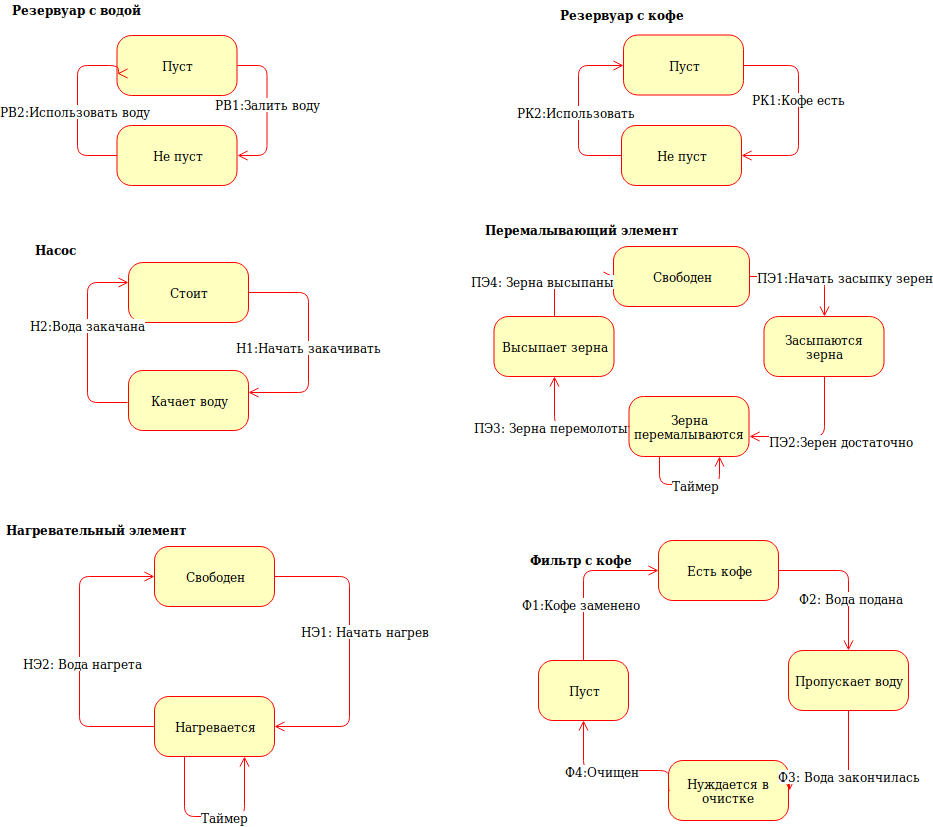
This is oop/oop5/state.png from ansushina/sem4, a draw.io export, as it was before one commit. Source tidied: cells renumbered, new cells last; positions are measured from the earlier drawing's top-left corner, leaving out a move shared by most shapes.
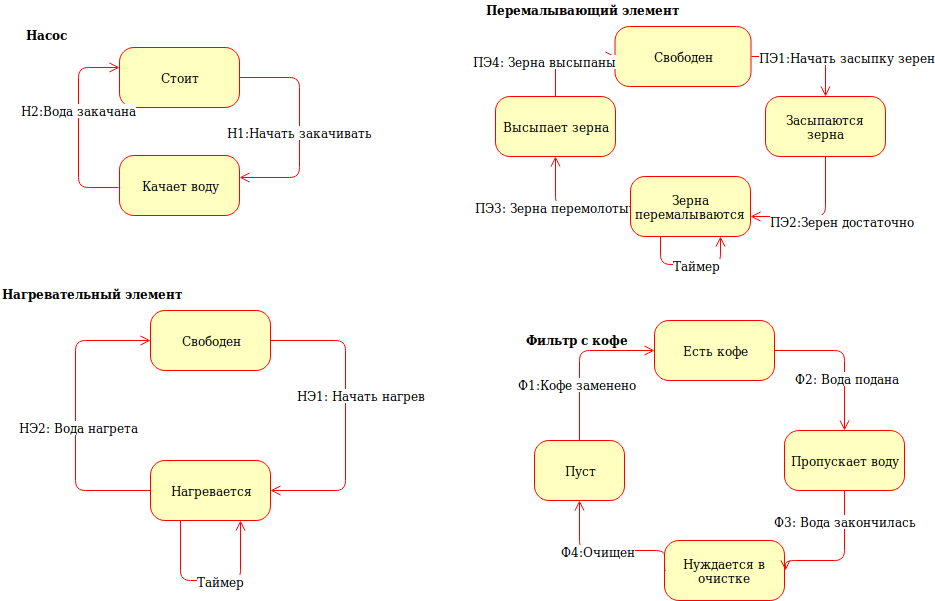
After the commit.

The edit, as a diff of the source:
```diff
@@ -2,68 +2,36 @@
   <root>
     <mxCell id="0" />
     <mxCell id="1" parent="0" />
-    <mxCell id="2" value="Пуст" style="rounded=1;whiteSpace=wrap;html=1;arcSize=24;fillColor=#ffffc0;strokeColor=#ff0000;shadow=0;comic=0;labelBackgroundColor=none;fontFamily=Verdana;fontSize=12;fontColor=#000000;align=center;" parent="1" vertex="1">
-      <mxGeometry x="112.5" y="35" width="120" height="60" as="geometry" />
-    </mxCell>
-    <mxCell id="3" style="edgeStyle=orthogonalEdgeStyle;html=1;exitX=0;exitY=0.5;entryX=0.008;entryY=0.633;labelBackgroundColor=none;endArrow=open;endSize=8;strokeColor=#ff0000;fontFamily=Verdana;fontSize=12;align=left;entryDx=0;entryDy=0;entryPerimeter=0;exitDx=0;exitDy=0;" parent="1" edge="1" source="7" target="2">
-      <mxGeometry relative="1" as="geometry">
-        <Array as="points">
-          <mxPoint x="72.5" y="155" />
-          <mxPoint x="72.5" y="65" />
-          <mxPoint x="113.5" y="65" />
-        </Array>
-      </mxGeometry>
-    </mxCell>
-    <mxCell id="4" value="РВ2:Использовать воду" style="text;html=1;align=center;verticalAlign=middle;labelBackgroundColor=#ffffff;" parent="3" vertex="1">
-      <mxGeometry x="-0.19" y="-2" relative="1" as="geometry">
-        <mxPoint x="-4.5" y="-12" as="offset" />
-      </mxGeometry>
-    </mxCell>
-    <mxCell id="5" style="edgeStyle=elbowEdgeStyle;html=1;labelBackgroundColor=none;endArrow=open;endSize=8;strokeColor=#ff0000;fontFamily=Verdana;fontSize=12;align=left;exitX=1;exitY=0.5;exitDx=0;exitDy=0;entryX=1;entryY=0.5;entryDx=0;entryDy=0;" parent="1" edge="1" source="2" target="7">
-      <mxGeometry relative="1" as="geometry">
-        <Array as="points">
-          <mxPoint x="262.5" y="125" />
-        </Array>
-      </mxGeometry>
-    </mxCell>
-    <mxCell id="6" value="РВ1:Залить воду" style="text;html=1;align=center;verticalAlign=middle;labelBackgroundColor=#ffffff;" parent="5" vertex="1">
-      <mxGeometry x="-0.23" relative="1" as="geometry">
-        <mxPoint y="11" as="offset" />
-      </mxGeometry>
-    </mxCell>
-    <mxCell id="7" value="Не пуст" style="rounded=1;whiteSpace=wrap;html=1;arcSize=24;fillColor=#ffffc0;strokeColor=#ff0000;shadow=0;comic=0;labelBackgroundColor=none;fontFamily=Verdana;fontSize=12;fontColor=#000000;align=center;" parent="1" vertex="1">
-      <mxGeometry x="112.5" y="125" width="120" height="60" as="geometry" />
-    </mxCell>
     <mxCell id="8" value="Стоит" style="rounded=1;whiteSpace=wrap;html=1;arcSize=24;fillColor=#ffffc0;strokeColor=#ff0000;shadow=0;comic=0;labelBackgroundColor=none;fontFamily=Verdana;fontSize=12;fontColor=#000000;align=center;" parent="1" vertex="1">
-      <mxGeometry x="124" y="262" width="120" height="60" as="geometry" />
+      <mxGeometry x="119" y="37" width="120" height="60" as="geometry" />
     </mxCell>
     <mxCell id="9" value="Качает воду" style="rounded=1;whiteSpace=wrap;html=1;arcSize=24;fillColor=#ffffc0;strokeColor=#ff0000;shadow=0;comic=0;labelBackgroundColor=none;fontFamily=Verdana;fontSize=12;fontColor=#000000;align=center;" parent="1" vertex="1">
-      <mxGeometry x="124" y="370" width="120" height="60" as="geometry" />
+      <mxGeometry x="119" y="145" width="120" height="60" as="geometry" />
     </mxCell>
     <mxCell id="10" value="Свободен" style="rounded=1;whiteSpace=wrap;html=1;arcSize=24;fillColor=#ffffc0;strokeColor=#ff0000;shadow=0;comic=0;labelBackgroundColor=none;fontFamily=Verdana;fontSize=12;fontColor=#000000;align=center;" parent="1" vertex="1">
-      <mxGeometry x="150" y="546" width="120" height="60" as="geometry" />
+      <mxGeometry x="150" y="300" width="120" height="60" as="geometry" />
     </mxCell>
     <mxCell id="11" value="Нагревается" style="rounded=1;whiteSpace=wrap;html=1;arcSize=24;fillColor=#ffffc0;strokeColor=#ff0000;shadow=0;comic=0;labelBackgroundColor=none;fontFamily=Verdana;fontSize=12;fontColor=#000000;align=center;" parent="1" vertex="1">
-      <mxGeometry x="150" y="696" width="120" height="60" as="geometry" />
+      <mxGeometry x="150" y="450" width="120" height="60" as="geometry" />
     </mxCell>
     <mxCell id="12" value="Есть кофе" style="rounded=1;whiteSpace=wrap;html=1;arcSize=24;fillColor=#ffffc0;strokeColor=#ff0000;shadow=0;comic=0;labelBackgroundColor=none;fontFamily=Verdana;fontSize=12;fontColor=#000000;align=center;" parent="1" vertex="1">
-      <mxGeometry x="654" y="540" width="120" height="60" as="geometry" />
+      <mxGeometry x="654" y="310" width="120" height="60" as="geometry" />
     </mxCell>
     <mxCell id="13" value="Пуст" style="rounded=1;whiteSpace=wrap;html=1;arcSize=24;fillColor=#ffffc0;strokeColor=#ff0000;shadow=0;comic=0;labelBackgroundColor=none;fontFamily=Verdana;fontSize=12;fontColor=#000000;align=center;" parent="1" vertex="1">
-      <mxGeometry x="534" y="660" width="90" height="60" as="geometry" />
+      <mxGeometry x="534" y="430" width="90" height="60" as="geometry" />
     </mxCell>
     <mxCell id="14" value="Нуждается в очистке" style="rounded=1;whiteSpace=wrap;html=1;arcSize=24;fillColor=#ffffc0;strokeColor=#ff0000;shadow=0;comic=0;labelBackgroundColor=none;fontFamily=Verdana;fontSize=12;fontColor=#000000;align=center;" parent="1" vertex="1">
-      <mxGeometry x="664" y="760" width="120" height="60" as="geometry" />
+      <mxGeometry x="664" y="530" width="120" height="60" as="geometry" />
     </mxCell>
     <mxCell id="15" value="Пропускает воду" style="rounded=1;whiteSpace=wrap;html=1;arcSize=24;fillColor=#ffffc0;strokeColor=#ff0000;shadow=0;comic=0;labelBackgroundColor=none;fontFamily=Verdana;fontSize=12;fontColor=#000000;align=center;" parent="1" vertex="1">
-      <mxGeometry x="784" y="650" width="120" height="60" as="geometry" />
+      <mxGeometry x="784" y="420" width="120" height="60" as="geometry" />
     </mxCell>
     <mxCell id="16" style="edgeStyle=orthogonalEdgeStyle;html=1;exitX=0;exitY=0.5;labelBackgroundColor=none;endArrow=open;endSize=8;strokeColor=#ff0000;fontFamily=Verdana;fontSize=12;align=left;exitDx=0;exitDy=0;" parent="1" edge="1" target="8">
       <mxGeometry relative="1" as="geometry">
-        <mxPoint x="123" y="402" as="sourcePoint" />
+        <mxPoint x="118" y="177" as="sourcePoint" />
         <Array as="points">
-          <mxPoint x="83" y="402" />
-          <mxPoint x="83" y="282" />
+          <mxPoint x="78" y="177" />
+          <mxPoint x="78" y="57" />
         </Array>
       </mxGeometry>
     </mxCell>
@@ -72,10 +40,10 @@
     </mxCell>
     <mxCell id="18" style="edgeStyle=orthogonalEdgeStyle;html=1;exitX=1;exitY=0.5;entryX=1;entryY=0.5;labelBackgroundColor=none;endArrow=open;endSize=8;strokeColor=#ff0000;fontFamily=Verdana;fontSize=12;align=left;entryDx=0;entryDy=0;exitDx=0;exitDy=0;" parent="1" edge="1" source="8">
       <mxGeometry relative="1" as="geometry">
-        <mxPoint x="244" y="392" as="targetPoint" />
+        <mxPoint x="239" y="167" as="targetPoint" />
         <Array as="points">
-          <mxPoint x="304" y="292" />
-          <mxPoint x="304" y="392" />
+          <mxPoint x="299" y="67" />
+          <mxPoint x="299" y="167" />
         </Array>
       </mxGeometry>
     </mxCell>
@@ -87,8 +55,8 @@
     <mxCell id="20" style="edgeStyle=orthogonalEdgeStyle;html=1;exitX=1;exitY=0.5;labelBackgroundColor=none;endArrow=open;endSize=8;strokeColor=#ff0000;fontFamily=Verdana;fontSize=12;align=left;exitDx=0;exitDy=0;entryX=1;entryY=0.5;entryDx=0;entryDy=0;" parent="1" edge="1" source="10" target="11">
       <mxGeometry relative="1" as="geometry">
         <Array as="points">
-          <mxPoint x="345" y="576" />
-          <mxPoint x="345" y="726" />
+          <mxPoint x="345" y="330" />
+          <mxPoint x="345" y="480" />
         </Array>
       </mxGeometry>
     </mxCell>
@@ -100,8 +68,8 @@
     <mxCell id="22" style="edgeStyle=orthogonalEdgeStyle;html=1;exitX=0;exitY=0.5;labelBackgroundColor=none;endArrow=open;endSize=8;strokeColor=#ff0000;fontFamily=Verdana;fontSize=12;align=left;exitDx=0;exitDy=0;entryX=0;entryY=0.5;entryDx=0;entryDy=0;" parent="1" edge="1" source="11" target="10">
       <mxGeometry relative="1" as="geometry">
         <Array as="points">
-          <mxPoint x="75" y="726" />
-          <mxPoint x="75" y="576" />
+          <mxPoint x="75" y="480" />
+          <mxPoint x="75" y="330" />
         </Array>
       </mxGeometry>
     </mxCell>
@@ -109,18 +77,15 @@
       <mxGeometry x="-0.07" y="-3" relative="1" as="geometry" />
     </mxCell>
     <mxCell id="24" value="Нагревательный элемент" style="text;html=1;align=left;verticalAlign=top;spacingTop=-4;fontStyle=1;" parent="1" vertex="1">
-      <mxGeometry y="520" width="180" height="20" as="geometry" />
+      <mxGeometry y="274" width="180" height="20" as="geometry" />
     </mxCell>
-    <mxCell id="25" value="Резервуар с водой" style="text;html=1;align=left;verticalAlign=top;spacingTop=-4;rounded=0;glass=0;shadow=0;fontStyle=1;" parent="1" vertex="1">
-      <mxGeometry x="5.5" width="130" height="20" as="geometry" />
-    </mxCell>
     <mxCell id="26" value="Насос" style="text;html=1;align=left;verticalAlign=top;spacingTop=-4;fontStyle=1;" parent="1" vertex="1">
-      <mxGeometry x="29" y="240" width="50" height="20" as="geometry" />
+      <mxGeometry x="24" y="15" width="50" height="20" as="geometry" />
     </mxCell>
     <mxCell id="27" style="edgeStyle=orthogonalEdgeStyle;html=1;exitX=0.5;exitY=0;labelBackgroundColor=none;endArrow=open;endSize=8;strokeColor=#ff0000;fontFamily=Verdana;fontSize=12;align=left;exitDx=0;exitDy=0;entryX=0;entryY=0.5;entryDx=0;entryDy=0;" parent="1" edge="1" source="13" target="12">
       <mxGeometry relative="1" as="geometry">
         <Array as="points">
-          <mxPoint x="579" y="570" />
+          <mxPoint x="579" y="340" />
         </Array>
       </mxGeometry>
     </mxCell>
@@ -130,7 +95,7 @@
     <mxCell id="29" style="edgeStyle=orthogonalEdgeStyle;html=1;exitX=1;exitY=0.5;labelBackgroundColor=none;endArrow=open;endSize=8;strokeColor=#ff0000;fontFamily=Verdana;fontSize=12;align=left;exitDx=0;exitDy=0;entryX=0.5;entryY=0;entryDx=0;entryDy=0;" parent="1" edge="1" source="12" target="15">
       <mxGeometry relative="1" as="geometry">
         <Array as="points">
-          <mxPoint x="844" y="570" />
+          <mxPoint x="844" y="340" />
         </Array>
       </mxGeometry>
     </mxCell>
@@ -141,21 +106,23 @@
     </mxCell>
     <mxCell id="31" style="edgeStyle=orthogonalEdgeStyle;html=1;exitX=0.5;exitY=1;labelBackgroundColor=none;endArrow=open;endSize=8;strokeColor=#ff0000;fontFamily=Verdana;fontSize=12;align=left;exitDx=0;exitDy=0;entryX=1;entryY=0.5;entryDx=0;entryDy=0;" parent="1" edge="1" source="15">
       <mxGeometry relative="1" as="geometry">
-        <mxPoint x="784.5" y="790" as="targetPoint" />
+        <mxPoint x="784.5" y="560" as="targetPoint" />
         <Array as="points">
-          <mxPoint x="844" y="780" />
+          <mxPoint x="844" y="550" />
         </Array>
       </mxGeometry>
     </mxCell>
     <mxCell id="32" value="Ф3: Вода закончилась" style="text;html=1;align=center;verticalAlign=middle;labelBackgroundColor=#ffffff;" parent="31" vertex="1">
-      <mxGeometry x="-0.07" relative="1" as="geometry" />
+      <mxGeometry x="-0.07" relative="1" as="geometry">
+        <mxPoint y="-35" as="offset" />
+      </mxGeometry>
     </mxCell>
     <mxCell id="33" style="edgeStyle=orthogonalEdgeStyle;html=1;exitX=0;exitY=0.5;labelBackgroundColor=none;endArrow=open;endSize=8;strokeColor=#ff0000;fontFamily=Verdana;fontSize=12;align=left;exitDx=0;exitDy=0;entryX=0.5;entryY=1;entryDx=0;entryDy=0;" parent="1" edge="1" target="13">
       <mxGeometry relative="1" as="geometry">
-        <mxPoint x="664.5" y="790" as="sourcePoint" />
+        <mxPoint x="664.5" y="560" as="sourcePoint" />
         <Array as="points">
-          <mxPoint x="664" y="770" />
-          <mxPoint x="579" y="770" />
+          <mxPoint x="664" y="540" />
+          <mxPoint x="579" y="540" />
         </Array>
       </mxGeometry>
     </mxCell>
@@ -163,13 +130,13 @@
       <mxGeometry x="0.12" relative="1" as="geometry" />
     </mxCell>
     <mxCell id="35" value="Фильтр с кофе" style="text;html=1;align=left;verticalAlign=top;spacingTop=-4;fontStyle=1;" parent="1" vertex="1">
-      <mxGeometry x="524" y="550" width="110" height="20" as="geometry" />
+      <mxGeometry x="524" y="320" width="110" height="20" as="geometry" />
     </mxCell>
     <mxCell id="36" style="edgeStyle=orthogonalEdgeStyle;html=1;exitX=0.25;exitY=1;labelBackgroundColor=none;endArrow=open;endSize=8;strokeColor=#ff0000;fontFamily=Verdana;fontSize=12;align=left;exitDx=0;exitDy=0;entryX=0.75;entryY=1;entryDx=0;entryDy=0;" parent="1" edge="1" source="11" target="11">
       <mxGeometry relative="1" as="geometry">
         <Array as="points">
-          <mxPoint x="180" y="816" />
-          <mxPoint x="240" y="816" />
+          <mxPoint x="180" y="570" />
+          <mxPoint x="240" y="570" />
         </Array>
       </mxGeometry>
     </mxCell>
@@ -177,21 +144,21 @@
       <mxGeometry x="0.11" relative="1" as="geometry" />
     </mxCell>
     <mxCell id="38" value="Свободен" style="rounded=1;whiteSpace=wrap;html=1;arcSize=24;fillColor=#ffffc0;strokeColor=#ff0000;shadow=0;comic=0;labelBackgroundColor=none;fontFamily=Verdana;fontSize=12;fontColor=#000000;align=center;" parent="1" vertex="1">
-      <mxGeometry x="609" y="246" width="136" height="60" as="geometry" />
+      <mxGeometry x="614.5" y="16" width="136" height="60" as="geometry" />
     </mxCell>
     <mxCell id="39" value="Зерна перемалываются" style="rounded=1;whiteSpace=wrap;html=1;arcSize=24;fillColor=#ffffc0;strokeColor=#ff0000;shadow=0;comic=0;labelBackgroundColor=none;fontFamily=Verdana;fontSize=12;fontColor=#000000;align=center;" parent="1" vertex="1">
-      <mxGeometry x="624.5" y="396" width="120" height="60" as="geometry" />
+      <mxGeometry x="630" y="166" width="120" height="60" as="geometry" />
     </mxCell>
     <mxCell id="40" value="Засыпаются зерна" style="rounded=1;whiteSpace=wrap;html=1;arcSize=24;fillColor=#ffffc0;strokeColor=#ff0000;shadow=0;comic=0;labelBackgroundColor=none;fontFamily=Verdana;fontSize=12;fontColor=#000000;align=center;" parent="1" vertex="1">
-      <mxGeometry x="759.5" y="316" width="120" height="60" as="geometry" />
+      <mxGeometry x="765" y="86" width="120" height="60" as="geometry" />
     </mxCell>
     <mxCell id="41" value="Высыпает зерна" style="rounded=1;whiteSpace=wrap;html=1;arcSize=24;fillColor=#ffffc0;strokeColor=#ff0000;shadow=0;comic=0;labelBackgroundColor=none;fontFamily=Verdana;fontSize=12;fontColor=#000000;align=center;" parent="1" vertex="1">
-      <mxGeometry x="489.5" y="316" width="120" height="60" as="geometry" />
+      <mxGeometry x="495" y="86" width="120" height="60" as="geometry" />
     </mxCell>
     <mxCell id="42" style="edgeStyle=orthogonalEdgeStyle;html=1;exitX=0.5;exitY=0;labelBackgroundColor=none;endArrow=open;endSize=8;strokeColor=#ff0000;fontFamily=Verdana;fontSize=12;align=left;exitDx=0;exitDy=0;entryX=0;entryY=0.5;entryDx=0;entryDy=0;" parent="1" edge="1" source="41" target="38">
       <mxGeometry relative="1" as="geometry">
         <Array as="points">
-          <mxPoint x="549.5" y="276" />
+          <mxPoint x="555" y="46" />
         </Array>
       </mxGeometry>
     </mxCell>
@@ -203,7 +170,7 @@
     <mxCell id="44" style="edgeStyle=orthogonalEdgeStyle;html=1;exitX=1;exitY=0.5;labelBackgroundColor=none;endArrow=open;endSize=8;strokeColor=#ff0000;fontFamily=Verdana;fontSize=12;align=left;exitDx=0;exitDy=0;entryX=0.5;entryY=0;entryDx=0;entryDy=0;" parent="1" edge="1" source="38" target="40">
       <mxGeometry relative="1" as="geometry">
         <Array as="points">
-          <mxPoint x="819.5" y="276" />
+          <mxPoint x="825" y="46" />
         </Array>
       </mxGeometry>
     </mxCell>
@@ -214,10 +181,10 @@
     </mxCell>
     <mxCell id="46" style="edgeStyle=orthogonalEdgeStyle;html=1;exitX=0.5;exitY=1;labelBackgroundColor=none;endArrow=open;endSize=8;strokeColor=#ff0000;fontFamily=Verdana;fontSize=12;align=left;exitDx=0;exitDy=0;" parent="1" edge="1" source="40">
       <mxGeometry relative="1" as="geometry">
-        <mxPoint x="744.5" y="436" as="targetPoint" />
+        <mxPoint x="750" y="206" as="targetPoint" />
         <Array as="points">
-          <mxPoint x="819.5" y="436" />
-          <mxPoint x="744.5" y="436" />
+          <mxPoint x="825" y="206" />
+          <mxPoint x="750" y="206" />
         </Array>
       </mxGeometry>
     </mxCell>
@@ -229,7 +196,7 @@
     <mxCell id="48" style="edgeStyle=orthogonalEdgeStyle;html=1;exitX=0;exitY=0.5;labelBackgroundColor=none;endArrow=open;endSize=8;strokeColor=#ff0000;fontFamily=Verdana;fontSize=12;align=left;exitDx=0;exitDy=0;entryX=0.5;entryY=1;entryDx=0;entryDy=0;" parent="1" edge="1" source="39" target="41">
       <mxGeometry relative="1" as="geometry">
         <Array as="points">
-          <mxPoint x="549.5" y="426" />
+          <mxPoint x="555" y="196" />
         </Array>
       </mxGeometry>
     </mxCell>
@@ -239,56 +206,18 @@
       </mxGeometry>
     </mxCell>
     <mxCell id="50" value="Перемалывающий элемент" style="text;html=1;align=left;verticalAlign=top;spacingTop=-4;fontStyle=1;" parent="1" vertex="1">
-      <mxGeometry x="478.5" y="220" width="190" height="20" as="geometry" />
+      <mxGeometry x="484" y="-10" width="190" height="20" as="geometry" />
     </mxCell>
     <mxCell id="51" style="edgeStyle=orthogonalEdgeStyle;html=1;exitX=0.25;exitY=1;labelBackgroundColor=none;endArrow=open;endSize=8;strokeColor=#ff0000;fontFamily=Verdana;fontSize=12;align=left;exitDx=0;exitDy=0;entryX=0.75;entryY=1;entryDx=0;entryDy=0;" parent="1" edge="1" source="39" target="39">
       <mxGeometry relative="1" as="geometry">
         <Array as="points">
-          <mxPoint x="654.5" y="484" />
-          <mxPoint x="714.5" y="484" />
+          <mxPoint x="660" y="254" />
+          <mxPoint x="720" y="254" />
         </Array>
       </mxGeometry>
     </mxCell>
     <mxCell id="52" value="Таймер" style="text;html=1;align=center;verticalAlign=middle;labelBackgroundColor=#ffffff;" parent="51" vertex="1">
       <mxGeometry x="0.11" relative="1" as="geometry" />
     </mxCell>
-    <mxCell id="53" value="Пуст" style="rounded=1;whiteSpace=wrap;html=1;arcSize=24;fillColor=#ffffc0;strokeColor=#ff0000;shadow=0;comic=0;labelBackgroundColor=none;fontFamily=Verdana;fontSize=12;fontColor=#000000;align=center;" parent="1" vertex="1">
-      <mxGeometry x="619" y="34.5" width="120" height="60" as="geometry" />
-    </mxCell>
-    <mxCell id="54" style="edgeStyle=orthogonalEdgeStyle;html=1;exitX=0;exitY=0.5;labelBackgroundColor=none;endArrow=open;endSize=8;strokeColor=#ff0000;fontFamily=Verdana;fontSize=12;align=left;exitDx=0;exitDy=0;" parent="1" edge="1" source="58" target="53">
-      <mxGeometry relative="1" as="geometry">
-        <Array as="points">
-          <mxPoint x="574" y="155" />
-          <mxPoint x="574" y="65" />
-        </Array>
-      </mxGeometry>
-    </mxCell>
-    <mxCell id="55" value="РК2:Использовать" style="text;html=1;align=center;verticalAlign=middle;labelBackgroundColor=#ffffff;direction=south;" parent="54" vertex="1">
-      <mxGeometry x="-0.19" y="-2" relative="1" as="geometry">
-        <mxPoint x="-5" y="-15" as="offset" />
-      </mxGeometry>
-    </mxCell>
-    <mxCell id="56" style="edgeStyle=elbowEdgeStyle;html=1;labelBackgroundColor=none;endArrow=open;endSize=8;strokeColor=#ff0000;fontFamily=Verdana;fontSize=12;align=left;exitX=1;exitY=0.5;exitDx=0;exitDy=0;entryX=1;entryY=0.5;entryDx=0;entryDy=0;" parent="1" edge="1" source="53" target="58">
-      <mxGeometry relative="1" as="geometry">
-        <Array as="points">
-          <mxPoint x="794" y="120" />
-          <mxPoint x="764" y="160" />
-          <mxPoint x="784" y="150" />
-          <mxPoint x="754" y="160" />
-          <mxPoint x="769" y="124.5" />
-        </Array>
-      </mxGeometry>
-    </mxCell>
-    <mxCell id="57" value="РК1:Кофе есть" style="text;html=1;align=center;verticalAlign=middle;labelBackgroundColor=#ffffff;" parent="56" vertex="1">
-      <mxGeometry x="-0.23" relative="1" as="geometry">
-        <mxPoint y="11" as="offset" />
-      </mxGeometry>
-    </mxCell>
-    <mxCell id="58" value="Не пуст" style="rounded=1;whiteSpace=wrap;html=1;arcSize=24;fillColor=#ffffc0;strokeColor=#ff0000;shadow=0;comic=0;labelBackgroundColor=none;fontFamily=Verdana;fontSize=12;fontColor=#000000;align=center;" parent="1" vertex="1">
-      <mxGeometry x="617" y="125" width="120" height="60" as="geometry" />
-    </mxCell>
-    <mxCell id="59" value="Резервуар с кофе" style="text;html=1;align=left;verticalAlign=top;spacingTop=-4;fontStyle=1;" parent="1" vertex="1">
-      <mxGeometry x="554" y="4.5" width="130" height="20" as="geometry" />
-    </mxCell>
   </root>
 </mxGraphModel>
```
